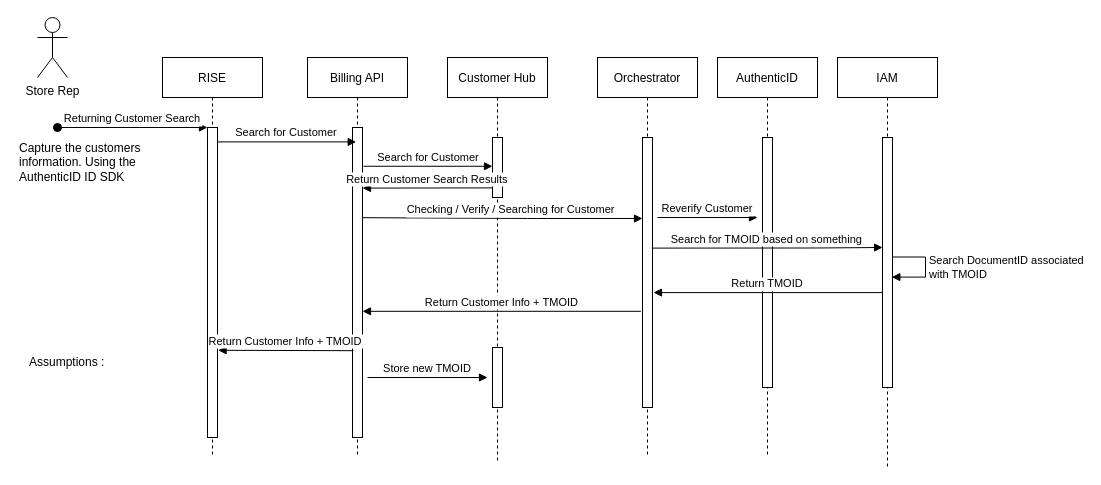
The draw.io diagram page "IDology" (1 of 2) of Returning_Customer.drawio in ilokos/NCIM, before the edit. Source tidied: cells renumbered, new cells numbered last; positions are measured from the earlier drawing's top-left corner, leaving out a move shared by most shapes. Both pictures are drawn from the tidied source at 100%, with x=0, y=0 at pixel (17, 17).
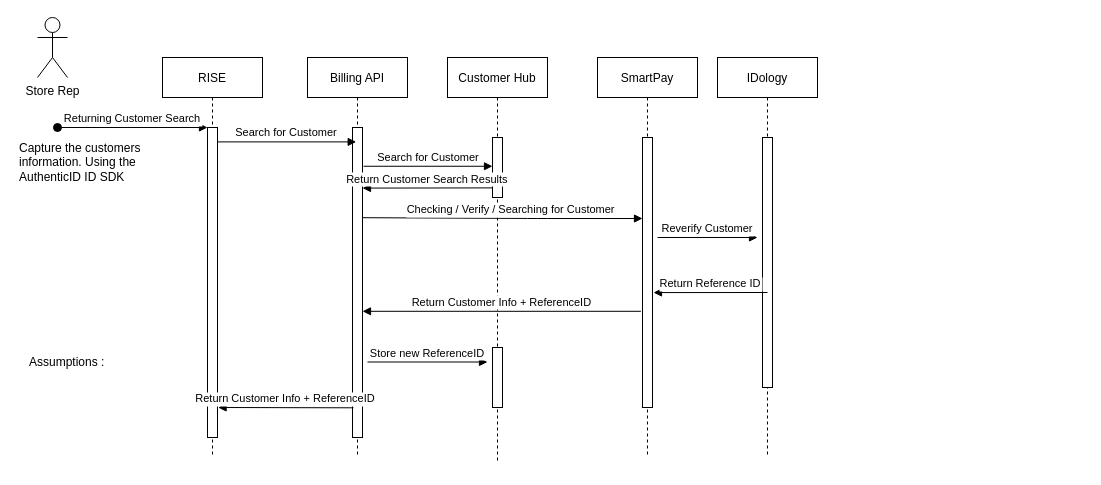
The same diagram, later.

Diff of the diagram source:
```diff
@@
-    <mxCell id="14" value="Orchestrator" style="shape=umlLifeline;perimeter=lifelinePerimeter;rounded=0;shadow=0;strokeWidth=1;" parent="1" vertex="1">
+    <mxCell id="14" value="SmartPay" style="shape=umlLifeline;perimeter=lifelinePerimeter;rounded=0;shadow=0;strokeWidth=1;" parent="1" vertex="1">
       <mxGeometry x="580" y="40" width="100" height="400" as="geometry" />
     </mxCell>
@@
-    <mxCell id="18" value="IAM" style="shape=umlLifeline;perimeter=lifelinePerimeter;rounded=0;shadow=0;strokeWidth=1;" parent="1" vertex="1">
-      <mxGeometry x="820" y="40" width="100" height="410" as="geometry" />
-    </mxCell>
-    <mxCell id="19" style="perimeter=orthogonalPerimeter;rounded=0;shadow=0;strokeWidth=1;" parent="18" vertex="1">
-      <mxGeometry x="45" y="80" width="10" height="250" as="geometry" />
-    </mxCell>
-    <mxCell id="20" value="Search DocumentID associated &lt;br&gt;with TMOID" style="edgeStyle=orthogonalEdgeStyle;html=1;align=left;spacingLeft=2;endArrow=block;rounded=0;entryX=0.929;entryY=0.87;entryDx=0;entryDy=0;entryPerimeter=0;" parent="18" edge="1">
-      <mxGeometry relative="1" as="geometry">
-        <mxPoint x="55" y="199.5" as="sourcePoint" />
-        <mxPoint x="54.3" y="219.6" as="targetPoint" />
-        <Array as="points">
-          <mxPoint x="88" y="199.5" />
-          <mxPoint x="88" y="219.5" />
-        </Array>
-      </mxGeometry>
-    </mxCell>
@@
-    <mxCell id="22" value="AuthenticID" style="shape=umlLifeline;perimeter=lifelinePerimeter;rounded=0;shadow=0;strokeWidth=1;" parent="1" vertex="1">
+    <mxCell id="22" value="IDology" style="shape=umlLifeline;perimeter=lifelinePerimeter;rounded=0;shadow=0;strokeWidth=1;" parent="1" vertex="1">
       <mxGeometry x="700" y="40" width="100" height="400" as="geometry" />
     </mxCell>
@@
-    <mxCell id="24" value="Search for TMOID based on something" style="verticalAlign=bottom;endArrow=block;shadow=0;strokeWidth=1;exitX=0.929;exitY=0.515;exitDx=0;exitDy=0;exitPerimeter=0;entryX=0.014;entryY=0.512;entryDx=0;entryDy=0;entryPerimeter=0;" parent="1" edge="1">
-      <mxGeometry relative="1" as="geometry">
-        <mxPoint x="634.3" y="230.6" as="sourcePoint" />
-        <mxPoint x="865.1" y="230" as="targetPoint" />
-        <Array as="points">
-          <mxPoint x="800" y="230.5" />
-        </Array>
-      </mxGeometry>
-    </mxCell>
-    <mxCell id="25" value="Return TMOID" style="verticalAlign=bottom;endArrow=block;shadow=0;strokeWidth=1;exitX=-0.1;exitY=0.665;exitDx=0;exitDy=0;exitPerimeter=0;" parent="1" edge="1">
+    <mxCell id="25" value="Return Reference ID" style="verticalAlign=bottom;endArrow=block;shadow=0;strokeWidth=1;" parent="1" edge="1">
       <mxGeometry relative="1" as="geometry">
-        <mxPoint x="865" y="275.1" as="sourcePoint" />
+        <mxPoint x="750" y="275" as="sourcePoint" />
         <mxPoint x="636" y="275.1" as="targetPoint" />
       </mxGeometry>
     </mxCell>
-    <mxCell id="26" value="Return Customer Info + TMOID" style="verticalAlign=bottom;endArrow=block;shadow=0;strokeWidth=1;exitX=-0.157;exitY=0.925;exitDx=0;exitDy=0;exitPerimeter=0;" parent="1" edge="1">
+    <mxCell id="26" value="Return Customer Info + ReferenceID" style="verticalAlign=bottom;endArrow=block;shadow=0;strokeWidth=1;exitX=-0.157;exitY=0.925;exitDx=0;exitDy=0;exitPerimeter=0;" parent="1" edge="1">
       <mxGeometry relative="1" as="geometry">
         <mxPoint x="623.4" y="293.8" as="sourcePoint" />
         <mxPoint x="345" y="293.8" as="targetPoint" />
       </mxGeometry>
     </mxCell>
-    <mxCell id="27" value="Return Customer Info + TMOID" style="verticalAlign=bottom;endArrow=block;shadow=0;strokeWidth=1;exitX=0.1;exitY=0.965;exitDx=0;exitDy=0;exitPerimeter=0;entryX=1.057;entryY=0.964;entryDx=0;entryDy=0;entryPerimeter=0;" parent="1" edge="1">
+    <mxCell id="27" value="Return Customer Info + ReferenceID" style="verticalAlign=bottom;endArrow=block;shadow=0;strokeWidth=1;exitX=0.1;exitY=0.965;exitDx=0;exitDy=0;exitPerimeter=0;entryX=1.057;entryY=0.964;entryDx=0;entryDy=0;entryPerimeter=0;" parent="1" edge="1">
       <mxGeometry relative="1" as="geometry">
-        <mxPoint x="336" y="333.2" as="sourcePoint" />
-        <mxPoint x="200.6" y="332.8" as="targetPoint" />
+        <mxPoint x="336" y="390.3" as="sourcePoint" />
+        <mxPoint x="200.6" y="390" as="targetPoint" />
       </mxGeometry>
     </mxCell>
-    <mxCell id="28" value="Store new TMOID" style="verticalAlign=bottom;endArrow=block;shadow=0;strokeWidth=1;" parent="1" edge="1">
+    <mxCell id="28" value="Store new ReferenceID" style="verticalAlign=bottom;endArrow=block;shadow=0;strokeWidth=1;" parent="1" edge="1">
       <mxGeometry relative="1" as="geometry">
-        <mxPoint x="350" y="360" as="sourcePoint" />
-        <mxPoint x="470" y="360" as="targetPoint" />
+        <mxPoint x="350" y="344.5" as="sourcePoint" />
+        <mxPoint x="470" y="344.5" as="targetPoint" />
       </mxGeometry>
     </mxCell>
     <mxCell id="29" value="Reverify Customer" style="verticalAlign=bottom;endArrow=block;shadow=0;strokeWidth=1;" parent="1" edge="1">
       <mxGeometry relative="1" as="geometry">
-        <mxPoint x="640" y="200" as="sourcePoint" />
-        <mxPoint x="740" y="200" as="targetPoint" />
+        <mxPoint x="640" y="220" as="sourcePoint" />
+        <mxPoint x="740" y="220" as="targetPoint" />
         <Array as="points">
-          <mxPoint x="640" y="200" />
+          <mxPoint x="640" y="220" />
         </Array>
       </mxGeometry>
     </mxCell>
```
